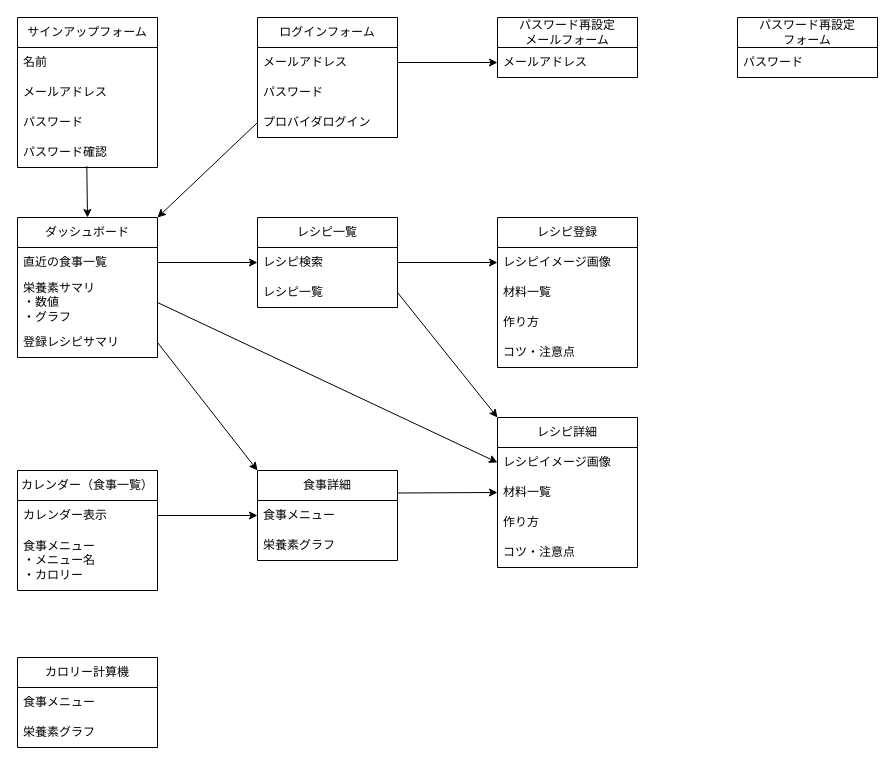
The draw.io diagram docs/画面遷移図.drawio in shou1027/cookma, before the edit. Source tidied: cells renumbered, new cells numbered last; positions are measured from the earlier drawing's top-left corner, leaving out a move shared by most shapes. Both pictures are drawn from the tidied source at 100%, with x=0, y=0 at pixel (17, 17).
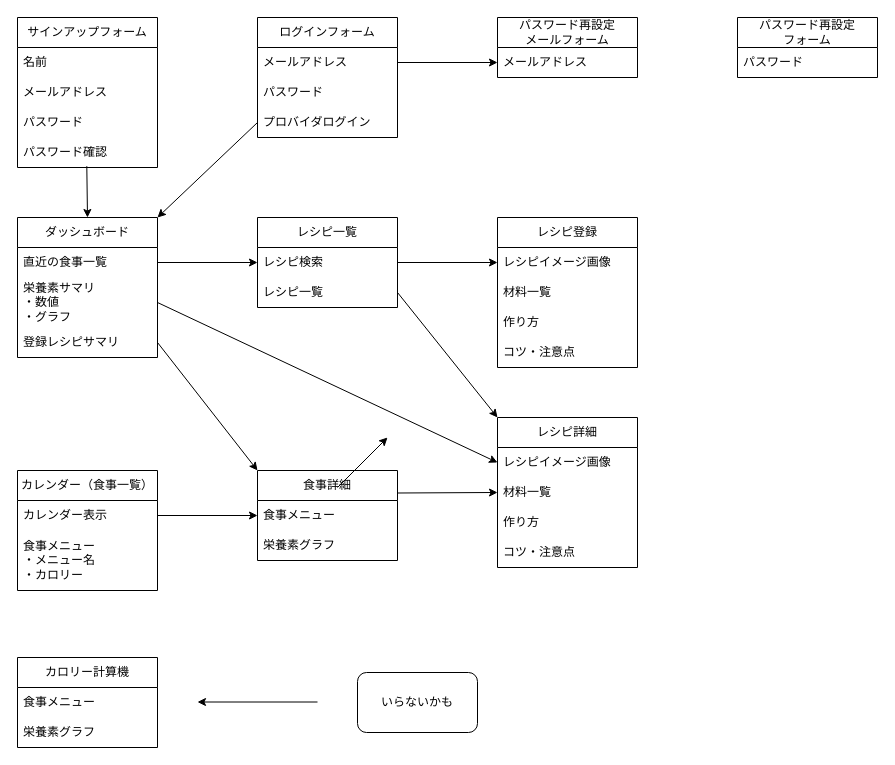
After the change.

Commit message:
開発予定ページ更新

What changed in the source:
```diff
@@
+    <mxCell id="51" style="endArrow=classic;html=1;" parent="1" edge="1">
+      <mxGeometry relative="1" as="geometry">
+        <mxPoint x="320" y="470" as="sourcePoint" />
+        <mxPoint x="370" y="420" as="targetPoint" />
+      </mxGeometry>
+    </mxCell>
+    <mxCell id="52" style="endArrow=classic;html=1;" parent="1" edge="1">
+      <mxGeometry relative="1" as="geometry">
+        <mxPoint x="300" y="684.5" as="sourcePoint" />
+        <mxPoint x="180" y="684.5" as="targetPoint" />
+      </mxGeometry>
+    </mxCell>
+    <mxCell id="53" value="いらないかも" style="rounded=1;whiteSpace=wrap;html=1;" parent="1" vertex="1">
+      <mxGeometry x="340" y="655" width="120" height="60" as="geometry" />
+    </mxCell>
```
